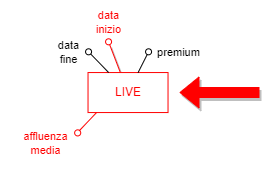
Earlier version of the draw.io export Progetto Esame - DBSperimentazioni A.A. 2023-2024/Immagini/ridondanze/2.3.1.2_schema_op_rid2.png (Mattron2000/Basi_di_dati). Source tidied: cells renumbered, new cells last; positions are measured from the earlier drawing's top-left corner, leaving out a move shared by most shapes. The source it was exported from:
```xml
<mxGraphModel background="#FFFFFF">
  <root>
    <mxCell id="0" />
    <mxCell id="1" parent="0" />
    <mxCell id="2" style="endArrow=oval;html=1;fillStyle=auto;strokeWidth=1;startSize=6;endSize=6;fillColor=#000000;startArrow=none;startFill=0;endFill=0;shadow=1;strokeColor=#FF0000;" parent="1" edge="1" source="4">
      <mxGeometry relative="1" as="geometry">
        <mxPoint x="98.1" y="0.3" as="targetPoint" />
      </mxGeometry>
    </mxCell>
    <mxCell id="3" value="&lt;font color=&quot;#ff0000&quot;&gt;data&lt;br&gt;inizio&lt;/font&gt;" style="edgeLabel;html=1;align=center;verticalAlign=middle;strokeColor=#FF0000;" parent="2" vertex="1">
      <mxGeometry x="0.48" y="1" relative="1" as="geometry">
        <mxPoint x="-3" y="-28" as="offset" />
      </mxGeometry>
    </mxCell>
    <mxCell id="4" value="&lt;font color=&quot;#ff0000&quot;&gt;LIVE&lt;/font&gt;" style="whiteSpace=wrap;html=1;strokeColor=#FF0000;" parent="1" vertex="1">
      <mxGeometry x="77.5" y="31.1" width="80" height="40" as="geometry" />
    </mxCell>
    <mxCell id="5" style="edgeStyle=none;shape=connector;rounded=1;fillStyle=auto;html=1;labelBackgroundColor=default;strokeColor=default;strokeWidth=1;fontFamily=Helvetica;fontSize=11;fontColor=default;endArrow=none;endFill=0;startSize=6;endSize=6;fillColor=#000000;startArrow=oval;startFill=0;" parent="1" edge="1" target="4">
      <mxGeometry relative="1" as="geometry">
        <mxPoint x="138.1" y="10.3" as="sourcePoint" />
      </mxGeometry>
    </mxCell>
    <mxCell id="6" value="premium" style="edgeLabel;html=1;align=center;verticalAlign=middle;fontSize=11;fontFamily=Helvetica;fontColor=default;" parent="5" vertex="1">
      <mxGeometry x="-0.26" y="1" relative="1" as="geometry">
        <mxPoint x="33" y="-8" as="offset" />
      </mxGeometry>
    </mxCell>
    <mxCell id="7" style="endArrow=oval;html=1;fillStyle=auto;strokeWidth=1;startSize=6;endSize=6;fillColor=#000000;startArrow=none;startFill=0;endFill=0;" parent="1" edge="1" source="4">
      <mxGeometry relative="1" as="geometry">
        <mxPoint x="78.1" y="10.3" as="targetPoint" />
      </mxGeometry>
    </mxCell>
    <mxCell id="8" value="data&lt;br&gt;fine" style="edgeLabel;html=1;align=center;verticalAlign=middle;" parent="7" vertex="1">
      <mxGeometry x="0.48" y="1" relative="1" as="geometry">
        <mxPoint x="-25" y="-6" as="offset" />
      </mxGeometry>
    </mxCell>
    <mxCell id="9" style="endArrow=none;html=1;fontSize=10;strokeColor=#FF0000;" parent="1" edge="1">
      <mxGeometry relative="1" as="geometry">
        <mxPoint x="67.1" y="91" as="sourcePoint" />
        <mxPoint x="86.1" y="71" as="targetPoint" />
      </mxGeometry>
    </mxCell>
    <mxCell id="10" style="ellipse;whiteSpace=wrap;html=1;fontSize=10;strokeColor=#FF0000;" parent="1" vertex="1">
      <mxGeometry x="64.1" y="88.4" width="6.1" height="6.1" as="geometry" />
    </mxCell>
    <mxCell id="11" value="&lt;font color=&quot;#ff0000&quot; style=&quot;font-size: 11px;&quot;&gt;affluenza &lt;br&gt;media&lt;/font&gt;" style="text;html=1;align=center;verticalAlign=middle;strokeColor=none;fillColor=none;fontSize=10;" parent="1" vertex="1">
      <mxGeometry x="0.2" y="81.9" width="70" height="40" as="geometry" />
    </mxCell>
    <mxCell id="12" style="shape=flexArrow;endArrow=classic;html=1;shadow=1;strokeColor=#FF0000;fontColor=#FF0000;fillColor=#FF0000;" parent="1" edge="1">
      <mxGeometry relative="1" as="geometry">
        <mxPoint x="249" y="51" as="sourcePoint" />
        <mxPoint x="169" y="51" as="targetPoint" />
      </mxGeometry>
    </mxCell>
  </root>
</mxGraphModel>
```
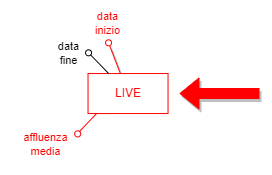
Later version of the same file.

Diff of the diagram source:
```diff
@@ -15,16 +15,6 @@
     <mxCell id="4" value="&lt;font color=&quot;#ff0000&quot;&gt;LIVE&lt;/font&gt;" style="whiteSpace=wrap;html=1;strokeColor=#FF0000;" parent="1" vertex="1">
       <mxGeometry x="77.5" y="31.1" width="80" height="40" as="geometry" />
     </mxCell>
-    <mxCell id="5" style="edgeStyle=none;shape=connector;rounded=1;fillStyle=auto;html=1;labelBackgroundColor=default;strokeColor=default;strokeWidth=1;fontFamily=Helvetica;fontSize=11;fontColor=default;endArrow=none;endFill=0;startSize=6;endSize=6;fillColor=#000000;startArrow=oval;startFill=0;" parent="1" edge="1" target="4">
-      <mxGeometry relative="1" as="geometry">
-        <mxPoint x="138.1" y="10.3" as="sourcePoint" />
-      </mxGeometry>
-    </mxCell>
-    <mxCell id="6" value="premium" style="edgeLabel;html=1;align=center;verticalAlign=middle;fontSize=11;fontFamily=Helvetica;fontColor=default;" parent="5" vertex="1">
-      <mxGeometry x="-0.26" y="1" relative="1" as="geometry">
-        <mxPoint x="33" y="-8" as="offset" />
-      </mxGeometry>
-    </mxCell>
     <mxCell id="7" style="endArrow=oval;html=1;fillStyle=auto;strokeWidth=1;startSize=6;endSize=6;fillColor=#000000;startArrow=none;startFill=0;endFill=0;" parent="1" edge="1" source="4">
       <mxGeometry relative="1" as="geometry">
         <mxPoint x="78.1" y="10.3" as="targetPoint" />
```
